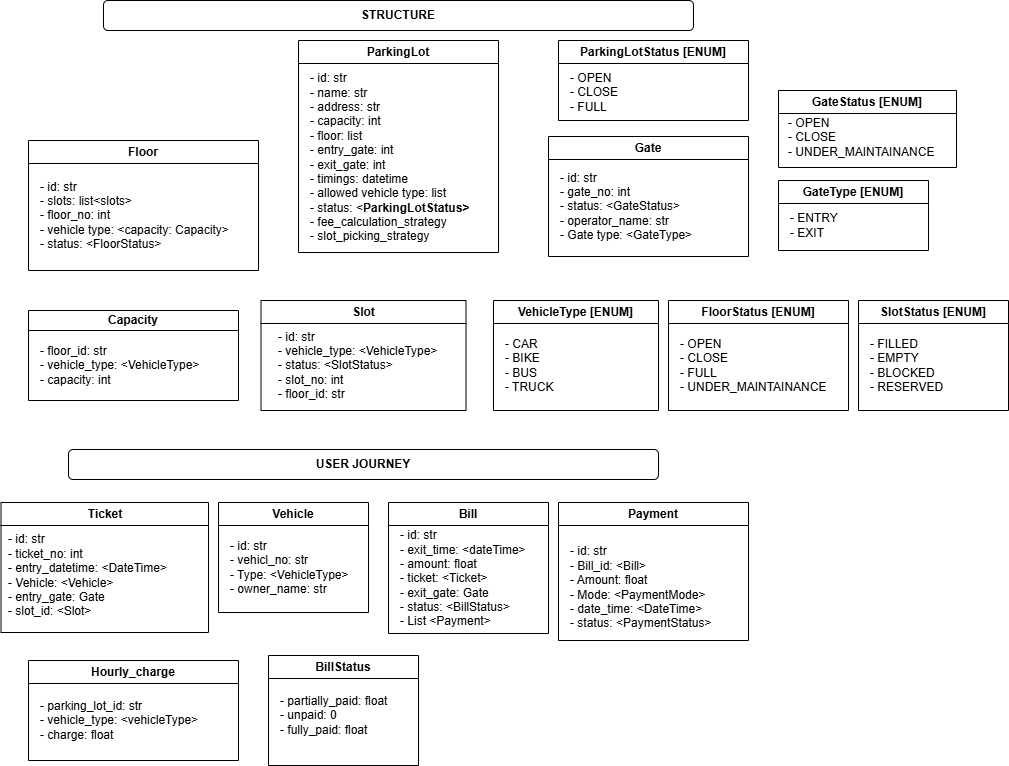
This is ParkingLot.png from ashu7mishra/ParkingLot, a draw.io export, as it was before one commit. Source tidied: cells renumbered, new cells last; positions are measured from the earlier drawing's top-left corner, leaving out a move shared by most shapes.
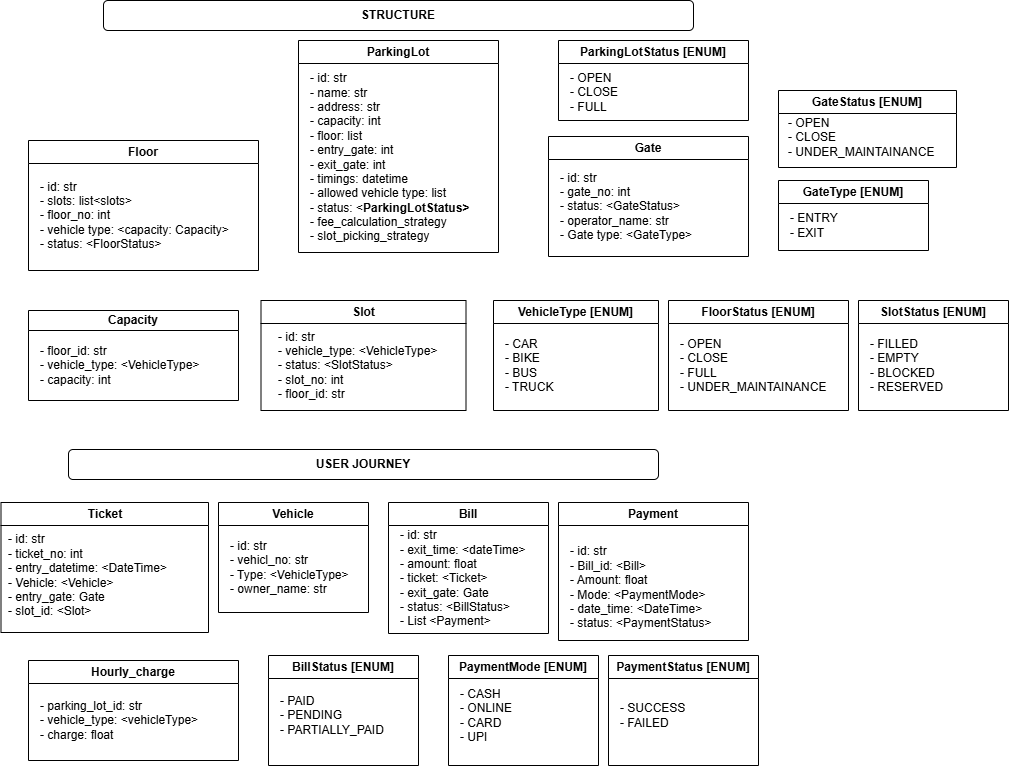
Above is the later version.

Change to the diagram source:
```diff
@@ -104,11 +104,23 @@
     <mxCell id="35" value="- FILLED&lt;div&gt;- EMPTY&lt;/div&gt;&lt;div&gt;- BLOCKED&lt;/div&gt;&lt;div&gt;- RESERVED&lt;/div&gt;" style="text;html=1;align=left;verticalAlign=middle;strokeColor=none;fillColor=none;" parent="34" vertex="1">
       <mxGeometry x="10" y="30" width="100" height="70" as="geometry" />
     </mxCell>
-    <mxCell id="36" value="BillStatus" style="swimlane;whiteSpace=wrap;html=1;" parent="1" vertex="1">
+    <mxCell id="36" value="BillStatus [ENUM]" style="swimlane;whiteSpace=wrap;html=1;" parent="1" vertex="1">
       <mxGeometry x="268" y="655" width="150" height="110" as="geometry" />
     </mxCell>
-    <mxCell id="37" value="- partially_paid: float&lt;div&gt;- unpaid: 0&lt;/div&gt;&lt;div&gt;- fully_paid: float&lt;/div&gt;" style="text;html=1;align=left;verticalAlign=middle;strokeColor=none;fillColor=none;" parent="36" vertex="1">
+    <mxCell id="37" value="- PAID&lt;div&gt;- PENDING&lt;/div&gt;&lt;div&gt;- PARTIALLY_PAID&lt;/div&gt;" style="text;html=1;align=left;verticalAlign=middle;strokeColor=none;fillColor=none;" parent="36" vertex="1">
       <mxGeometry x="10" y="30" width="130" height="60" as="geometry" />
     </mxCell>
+    <mxCell id="38" value="PaymentMode [ENUM]" style="swimlane;whiteSpace=wrap;html=1;" parent="1" vertex="1">
+      <mxGeometry x="448" y="655" width="150" height="110" as="geometry" />
+    </mxCell>
+    <mxCell id="39" value="- CASH&lt;div&gt;- ONLINE&lt;/div&gt;&lt;div&gt;- CARD&lt;/div&gt;&lt;div&gt;- UPI&lt;/div&gt;" style="text;html=1;align=left;verticalAlign=middle;strokeColor=none;fillColor=none;" parent="38" vertex="1">
+      <mxGeometry x="10" y="25" width="80" height="70" as="geometry" />
+    </mxCell>
+    <mxCell id="40" value="PaymentStatus [ENUM]" style="swimlane;whiteSpace=wrap;html=1;" parent="1" vertex="1">
+      <mxGeometry x="608" y="655" width="150" height="110" as="geometry" />
+    </mxCell>
+    <mxCell id="41" value="- SUCCESS&lt;div&gt;- FAILED&lt;/div&gt;" style="text;html=1;align=left;verticalAlign=middle;strokeColor=none;fillColor=none;" parent="40" vertex="1">
+      <mxGeometry x="10" y="40" width="90" height="40" as="geometry" />
+    </mxCell>
   </root>
 </mxGraphModel>
```
